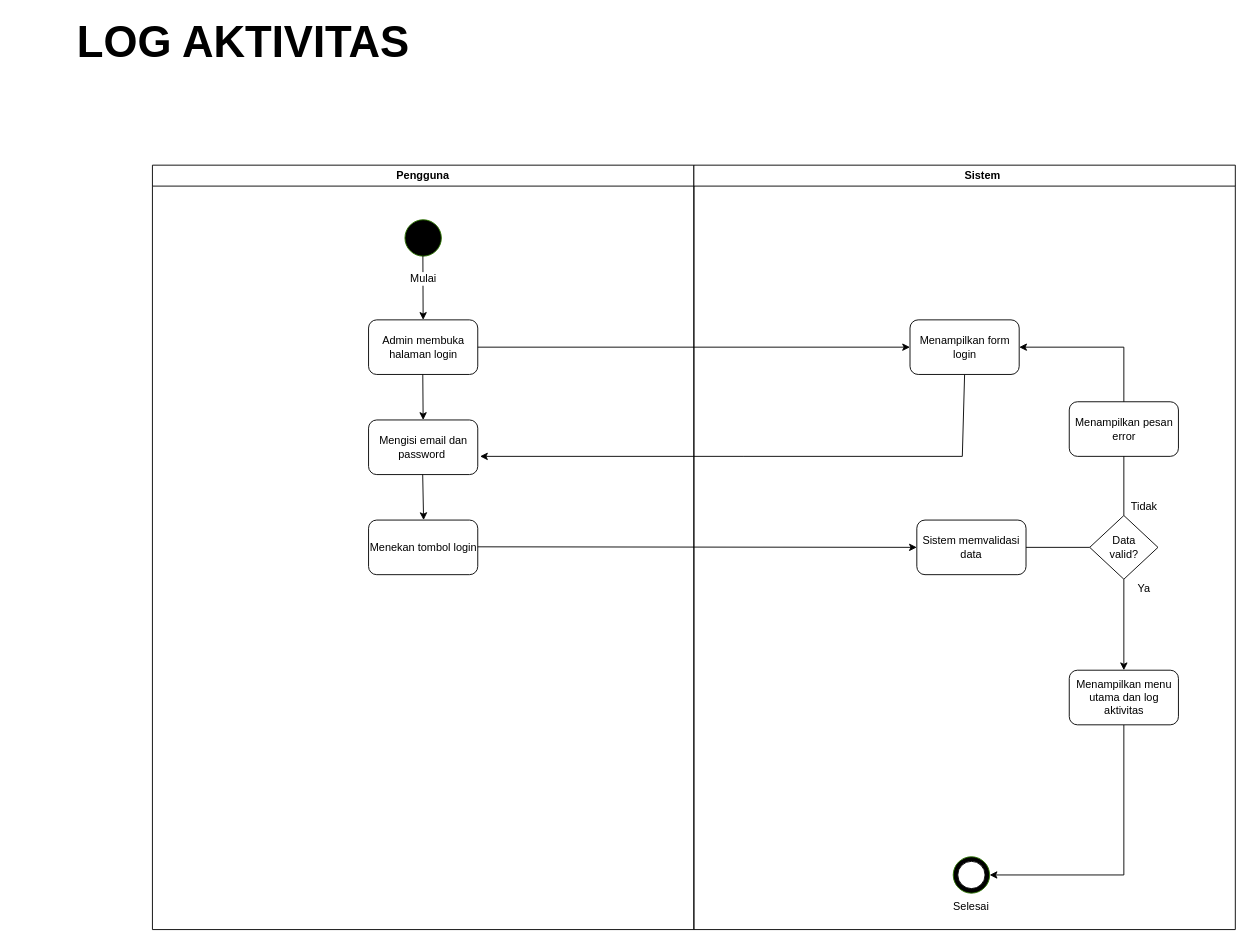
The draw.io diagram page "Log aktivitas" (8 of 11) of Diagram Tanpa Judul.drawio in sintaannisa/Aplikasi-Peminjaman-Alat, before the edit. Source tidied: cells renumbered, new cells numbered last; positions are measured from the earlier drawing's top-left corner, leaving out a move shared by most shapes. Both pictures are drawn from the tidied source at 91%, with x=0, y=0 at pixel (15, 28).
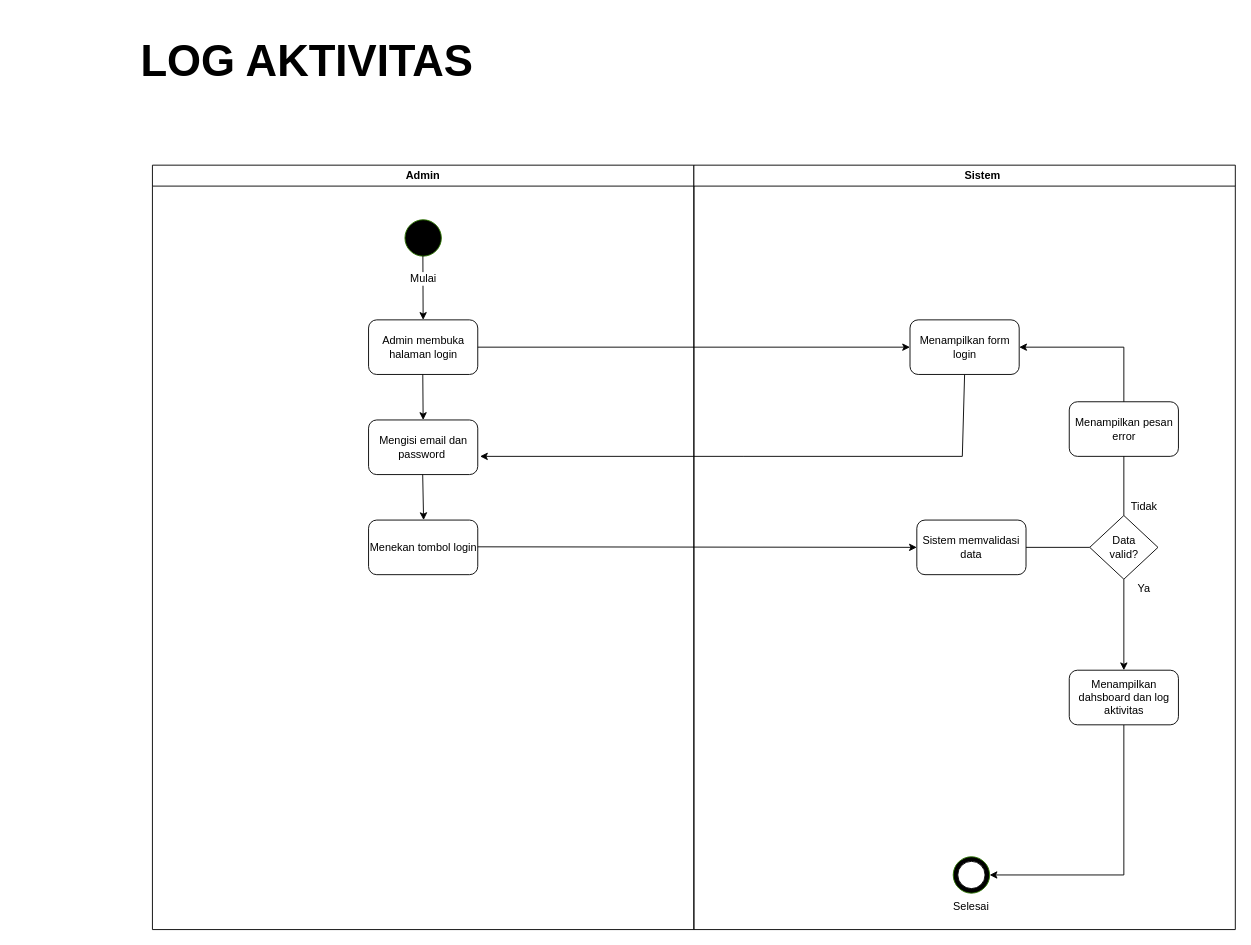
Above is the later version.

The change refers to these unchanged cells:
```xml
<mxCell id="12" value="&lt;blockquote style=&quot;margin: 0 0 0 40px; border: none; padding: 0px;&quot;&gt;Sistem&lt;/blockquote&gt;" style="swimlane;whiteSpace=wrap;html=1;" parent="1" vertex="1">
  <mxGeometry x="745" y="150" width="595" height="840" as="geometry" />
</mxCell>
```

What changed in the source:
```diff
@@
-    <mxCell id="2" value="Pengguna" style="swimlane;whiteSpace=wrap;html=1;" parent="1" vertex="1">
+    <mxCell id="2" value="Admin" style="swimlane;whiteSpace=wrap;html=1;" parent="1" vertex="1">
       <mxGeometry x="150" y="150" width="595" height="840" as="geometry" />
     </mxCell>
@@
-    <mxCell id="20" value="Menampilkan menu utama dan log aktivitas" style="rounded=1;whiteSpace=wrap;html=1;" parent="12" vertex="1">
+    <mxCell id="20" value="Menampilkan dahsboard dan log aktivitas" style="rounded=1;whiteSpace=wrap;html=1;" parent="12" vertex="1">
       <mxGeometry x="412.5" y="555" width="120" height="60" as="geometry" />
     </mxCell>
@@
     <mxCell id="29" value="&lt;b&gt;&lt;font&gt;LOG AKTIVITAS&lt;/font&gt;&lt;/b&gt;" style="text;html=1;whiteSpace=wrap;strokeColor=none;fillColor=none;align=center;verticalAlign=middle;rounded=0;fontSize=48;" parent="1" vertex="1">
-      <mxGeometry width="500" height="30" as="geometry" />
+      <mxGeometry x="70" y="20" width="500" height="30" as="geometry" />
     </mxCell>
```
